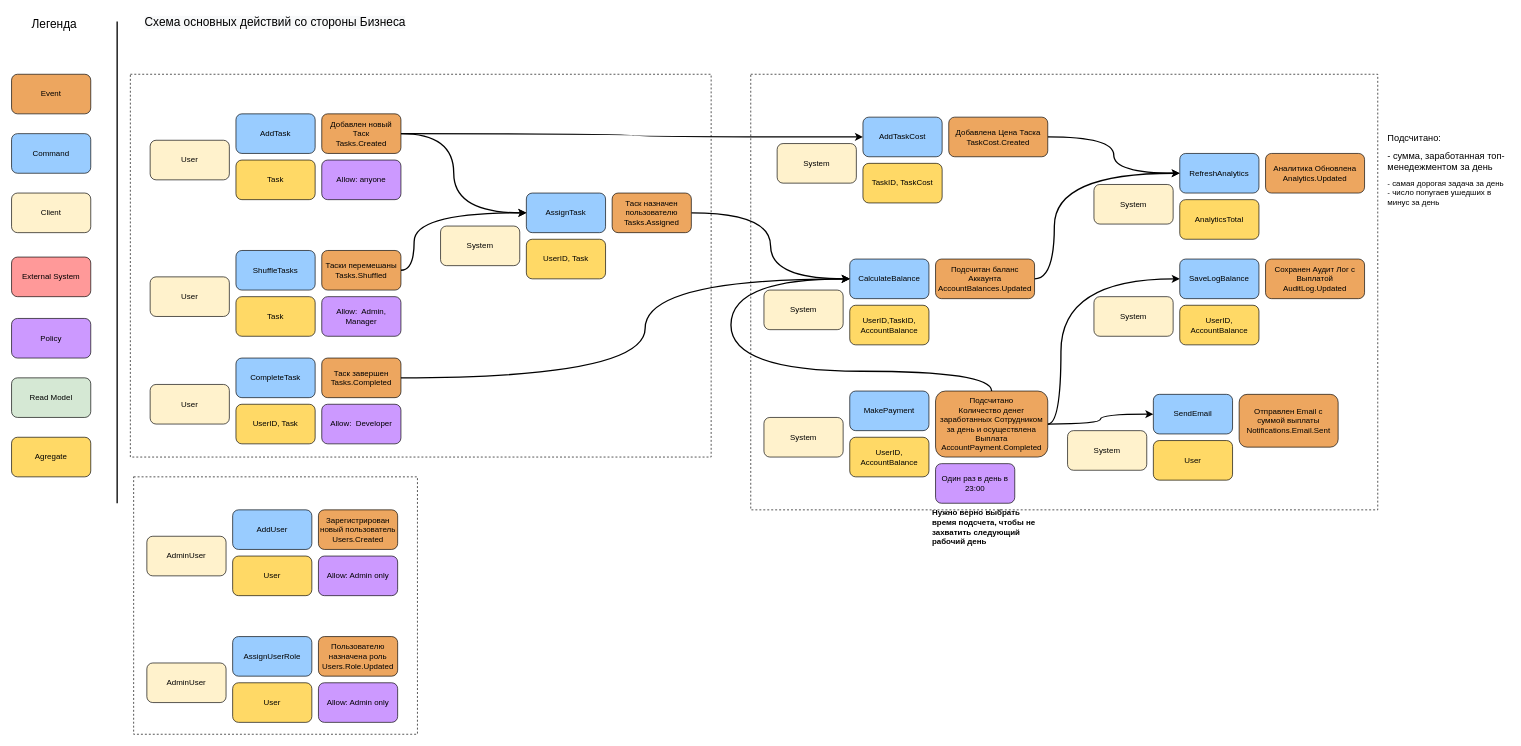
Above: week-1/Event-storming-week-1.drawio in happyjedi/architecture_school_example (draw.io), before the change. Source tidied: cells renumbered, new cells numbered last; positions are measured from the earlier drawing's top-left corner, leaving out a move shared by most shapes. Both pictures are drawn from the tidied source at 66%, with x=0, y=0 at pixel (11, 11).
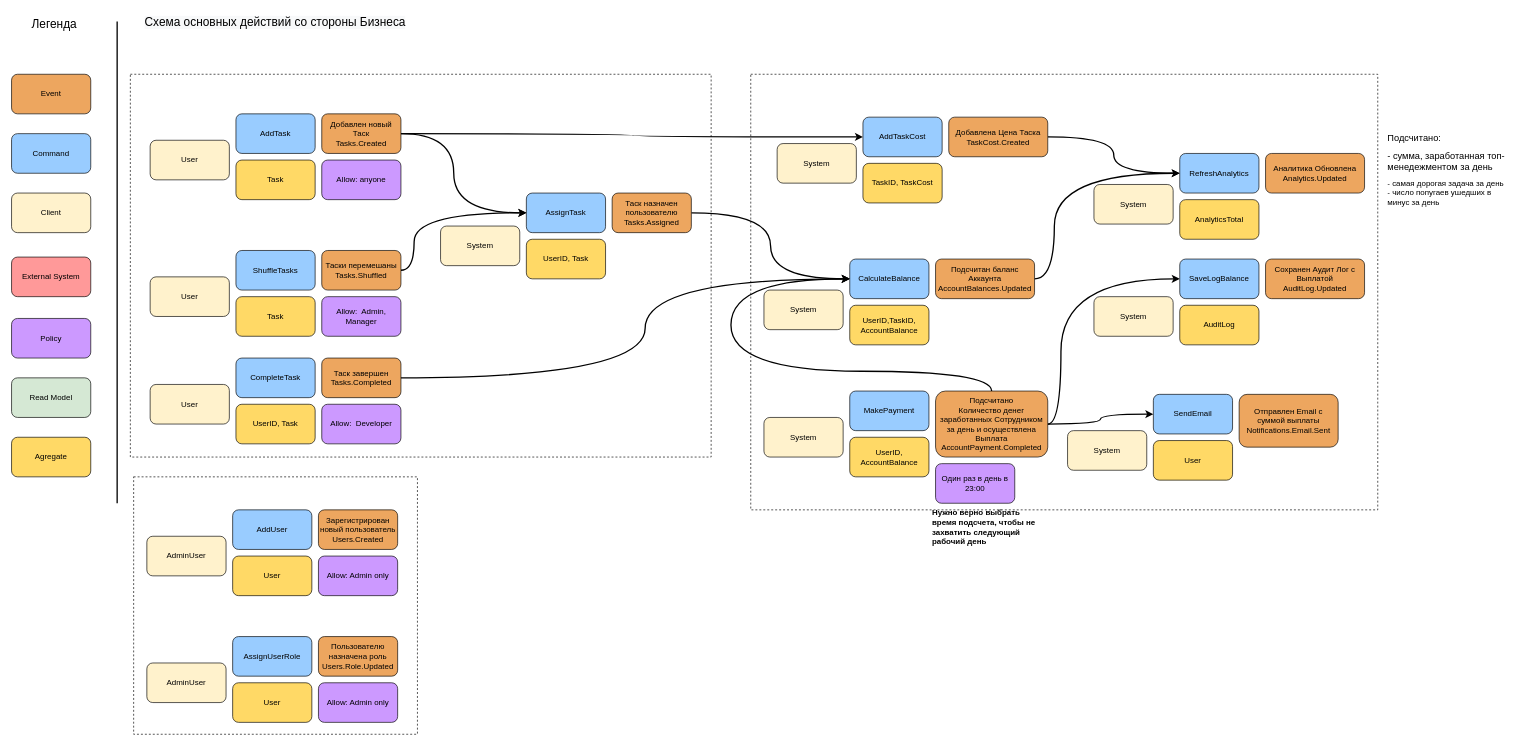
The same diagram, later.

The edit, as a diff of the source:
```diff
@@
-    <mxCell id="72" value="UserID, AccountBalance" style="rounded=1;whiteSpace=wrap;html=1;fillColor=#FFD966;" parent="1" vertex="1">
+    <mxCell id="72" value="AuditLog" style="rounded=1;whiteSpace=wrap;html=1;fillColor=#FFD966;" parent="1" vertex="1">
       <mxGeometry x="1770" y="445" width="120" height="60" as="geometry" />
     </mxCell>
```
